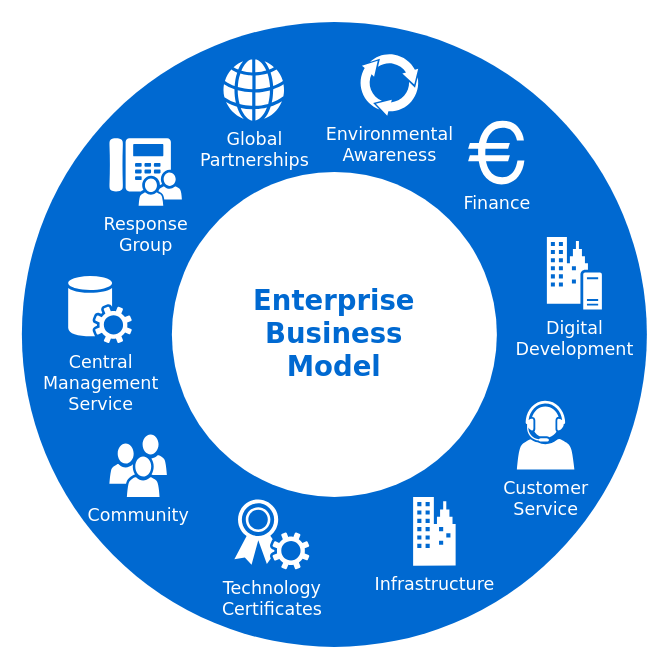
Earlier version of the draw.io diagram src/Untitled Diagram.drawio (HongjiangHuang/duplicate-issues). Source tidied: cells renumbered, new cells numbered last; positions are measured from the earlier drawing's top-left corner, leaving out a move shared by most shapes. Both pictures are drawn from the tidied source at 125%, with x=0, y=0 at pixel (21, 21).
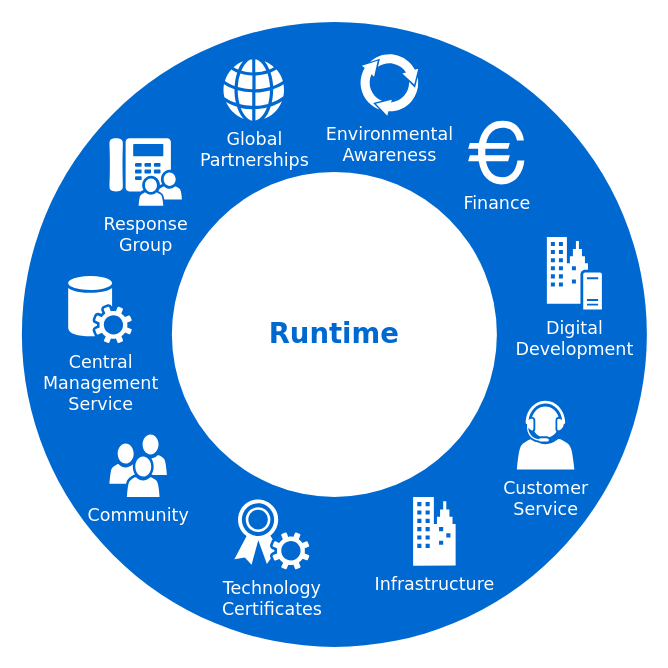
The same page after the edit.

Diff of the diagram source:
```diff
@@
 <mxGraphModel background="#ffffff">
   <root>
     <mxCell id="0" />
     <mxCell id="1" parent="0" />
     <mxCell id="2" style="ellipse;whiteSpace=wrap;html=1;rounded=0;shadow=0;comic=0;strokeWidth=1;fontFamily=Verdana;fontSize=14;strokeColor=none;fillColor=#0069D1;" parent="1" vertex="1">
       <mxGeometry width="500" height="500" as="geometry" />
     </mxCell>
-    <mxCell id="3" value="Enterprise&lt;div&gt;Business&lt;/div&gt;&lt;div&gt;Model&lt;/div&gt;" style="ellipse;whiteSpace=wrap;html=1;rounded=0;shadow=0;comic=0;strokeWidth=1;fontFamily=Verdana;fontSize=22;strokeColor=none;fillColor=#ffffff;fontColor=#0069D1;fontStyle=1;" parent="1" vertex="1">
+    <mxCell id="3" value="Runtime" style="ellipse;whiteSpace=wrap;html=1;rounded=0;shadow=0;comic=0;strokeWidth=1;fontFamily=Verdana;fontSize=22;strokeColor=none;fillColor=#ffffff;fontColor=#0069D1;fontStyle=1;" parent="1" vertex="1">
       <mxGeometry x="120" y="120" width="260" height="260" as="geometry" />
     </mxCell>
     <mxCell id="4" value="Community" style="shadow=0;dashed=0;html=1;strokeColor=none;fillColor=#ffffff;labelPosition=center;verticalLabelPosition=bottom;verticalAlign=top;shape=mxgraph.office.users.users;rounded=0;comic=0;fontFamily=Verdana;fontSize=14;fontColor=#FFFFFF;" parent="1" vertex="1">
       <mxGeometry x="70" y="330" width="46" height="50" as="geometry" />
     </mxCell>
     <mxCell id="5" value="Customer&lt;div&gt;Service&lt;/div&gt;" style="shadow=0;dashed=0;html=1;strokeColor=none;fillColor=#ffffff;labelPosition=center;verticalLabelPosition=bottom;verticalAlign=top;shape=mxgraph.office.users.call_center_agent;rounded=0;comic=0;fontFamily=Verdana;fontSize=14;fontColor=#FFFFFF;" parent="1" vertex="1">
       <mxGeometry x="396" y="303" width="46" height="55" as="geometry" />
     </mxCell>
     <mxCell id="6" value="Response&lt;div&gt;Group&lt;/div&gt;" style="shadow=0;dashed=0;html=1;strokeColor=none;fillColor=#ffffff;labelPosition=center;verticalLabelPosition=bottom;verticalAlign=top;shape=mxgraph.office.users.response_group;rounded=0;comic=0;fontFamily=Verdana;fontSize=14;fontColor=#FFFFFF;" parent="1" vertex="1">
       <mxGeometry x="70" y="93" width="58" height="54" as="geometry" />
     </mxCell>
     <mxCell id="7" value="Central&lt;div&gt;Management&lt;/div&gt;&lt;div&gt;Service&lt;/div&gt;" style="shadow=0;dashed=0;html=1;strokeColor=none;fillColor=#ffffff;labelPosition=center;verticalLabelPosition=bottom;verticalAlign=top;shape=mxgraph.office.services.central_management_service;rounded=0;comic=0;fontFamily=Verdana;fontSize=14;fontColor=#FFFFFF;" parent="1" vertex="1">
       <mxGeometry x="37" y="203" width="51" height="54" as="geometry" />
     </mxCell>
     <mxCell id="8" value="Digital&lt;div&gt;Development&lt;/div&gt;" style="shadow=0;dashed=0;html=1;strokeColor=none;fillColor=#ffffff;labelPosition=center;verticalLabelPosition=bottom;verticalAlign=top;shape=mxgraph.office.servers.on_premises_server;rounded=0;comic=0;fontFamily=Verdana;fontSize=14;fontColor=#FFFFFF;" parent="1" vertex="1">
       <mxGeometry x="420" y="172" width="44" height="58" as="geometry" />
     </mxCell>
     <mxCell id="9" value="Technology&lt;div&gt;Certificates&lt;/div&gt;" style="shadow=0;dashed=0;html=1;strokeColor=none;fillColor=#ffffff;labelPosition=center;verticalLabelPosition=bottom;verticalAlign=top;shape=mxgraph.office.security.token_service;rounded=0;comic=0;fontFamily=Verdana;fontSize=14;fontColor=#FFFFFF;" parent="1" vertex="1">
       <mxGeometry x="170" y="382" width="60" height="56" as="geometry" />
     </mxCell>
     <mxCell id="10" value="Infrastructure" style="shadow=0;dashed=0;html=1;strokeColor=none;fillColor=#ffffff;labelPosition=center;verticalLabelPosition=bottom;verticalAlign=top;shape=mxgraph.office.concepts.on_premises;rounded=0;comic=0;fontFamily=Verdana;fontSize=14;fontColor=#FFFFFF;" parent="1" vertex="1">
       <mxGeometry x="313" y="380" width="34" height="55" as="geometry" />
     </mxCell>
     <mxCell id="11" value="Global&lt;div&gt;Partnerships&lt;/div&gt;" style="shadow=0;dashed=0;html=1;strokeColor=none;fillColor=#ffffff;labelPosition=center;verticalLabelPosition=bottom;verticalAlign=top;shape=mxgraph.office.concepts.globe_internet;rounded=0;comic=0;fontFamily=Verdana;fontSize=14;fontColor=#FFFFFF;" parent="1" vertex="1">
       <mxGeometry x="161" y="30" width="49" height="49" as="geometry" />
     </mxCell>
     <mxCell id="12" value="Environmental&lt;div&gt;Awareness&lt;/div&gt;" style="shadow=0;dashed=0;html=1;strokeColor=none;shape=mxgraph.mscae.general.continuous_cycle;fillColor=#ffffff;rounded=0;comic=0;fontFamily=Verdana;fontSize=14;fontColor=#FFFFFF;verticalAlign=top;labelPosition=center;verticalLabelPosition=bottom;align=center;" parent="1" vertex="1">
       <mxGeometry x="270" y="25" width="48" height="50" as="geometry" />
     </mxCell>
     <mxCell id="13" value="Finance" style="shape=mxgraph.signs.travel.euro;html=1;fillColor=#ffffff;strokeColor=none;verticalLabelPosition=bottom;verticalAlign=top;align=center;rounded=0;shadow=0;dashed=0;comic=0;fontFamily=Verdana;fontSize=14;fontColor=#FFFFFF;" parent="1" vertex="1">
       <mxGeometry x="357" y="79" width="45" height="51" as="geometry" />
     </mxCell>
   </root>
 </mxGraphModel>
```
